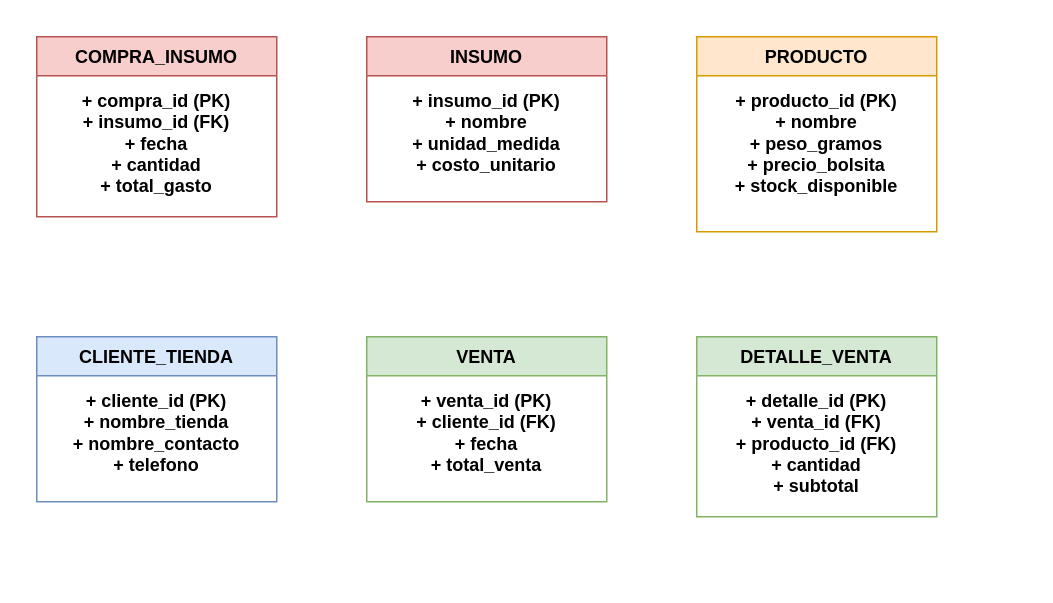
Earlier version of the draw.io diagram unit_1/df.drawio.xml (naotenz/BD1). Source tidied: cells renumbered, new cells numbered last; positions are measured from the earlier drawing's top-left corner, leaving out a move shared by most shapes. Both pictures are drawn from the tidied source at 150%, with x=0, y=0 at pixel (36, 36).
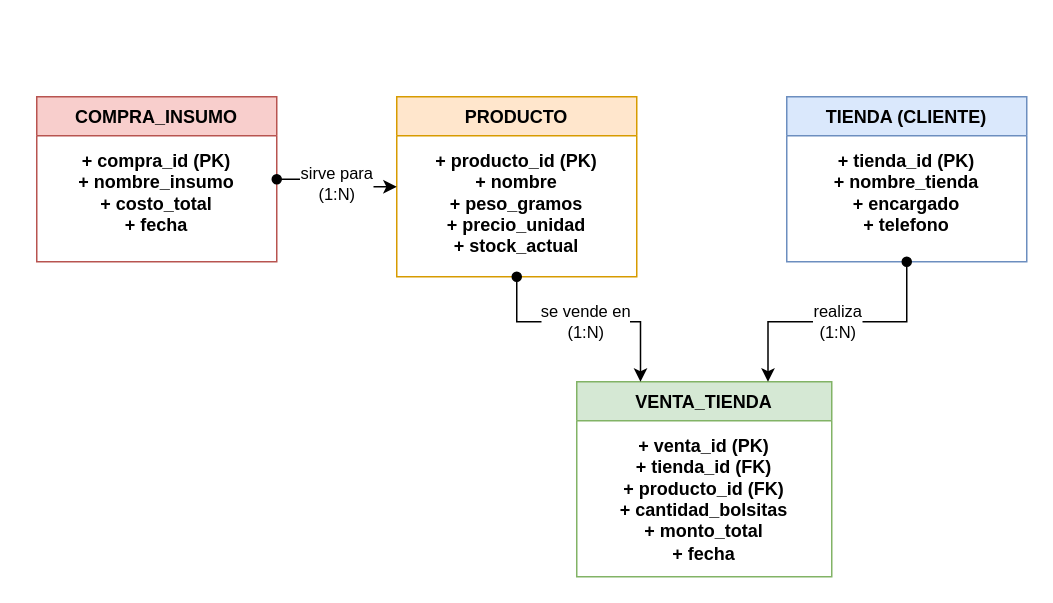
The same page after the edit.

What changed in the source:
```diff
@@
 <mxGraphModel>
   <root>
     <mxCell id="0" />
     <mxCell id="1" parent="0" />
-    <mxCell id="2" value="CLIENTE_TIENDA&#10;&#10;+ cliente_id (PK)&#10;+ nombre_tienda&#10;+ nombre_contacto&#10;+ telefono" style="shape=swimlane;fontStyle=1;align=center;verticalAlign=top;horizontal=1;startSize=26;subPerRow=1;whiteSpace=wrap;html=1;fillColor=#dae8fc;strokeColor=#6c8ebf;" parent="1" vertex="1">
-      <mxGeometry y="200" width="160" height="110" as="geometry" />
-    </mxCell>
+    <mxCell id="7" value="COMPRA_INSUMO&#10;&#10;+ compra_id (PK)&#10;+ nombre_insumo&#10;+ costo_total&#10;+ fecha" style="shape=swimlane;fontStyle=1;align=center;verticalAlign=top;horizontal=1;startSize=26;subPerRow=1;whiteSpace=wrap;html=1;fillColor=#f8cecc;strokeColor=#b85450;" parent="1" vertex="1">
+      <mxGeometry y="40" width="160" height="110" as="geometry" />
+    </mxCell>
+    <mxCell id="5" value="PRODUCTO&#10;&#10;+ producto_id (PK)&#10;+ nombre&#10;+ peso_gramos&#10;+ precio_unidad&#10;+ stock_actual" style="shape=swimlane;fontStyle=1;align=center;verticalAlign=top;horizontal=1;startSize=26;subPerRow=1;whiteSpace=wrap;html=1;fillColor=#ffe6cc;strokeColor=#d79b00;" parent="1" vertex="1">
+      <mxGeometry x="240" y="40" width="160" height="120" as="geometry" />
+    </mxCell>
+    <mxCell id="12" value="TIENDA (CLIENTE)&#10;&#10;+ tienda_id (PK)&#10;+ nombre_tienda&#10;+ encargado&#10;+ telefono" style="shape=swimlane;fontStyle=1;align=center;verticalAlign=top;horizontal=1;startSize=26;subPerRow=1;whiteSpace=wrap;html=1;fillColor=#dae8fc;strokeColor=#6c8ebf;" parent="1" vertex="1">
+      <mxGeometry x="500" y="40" width="160" height="110" as="geometry" />
+    </mxCell>
-    <mxCell id="3" value="VENTA&#10;&#10;+ venta_id (PK)&#10;+ cliente_id (FK)&#10;+ fecha&#10;+ total_venta" style="shape=swimlane;fontStyle=1;align=center;verticalAlign=top;horizontal=1;startSize=26;subPerRow=1;whiteSpace=wrap;html=1;fillColor=#d5e8d4;strokeColor=#82b366;" parent="1" vertex="1">
-      <mxGeometry x="220" y="200" width="160" height="110" as="geometry" />
+    <mxCell id="3" value="VENTA_TIENDA&#10;&#10;+ venta_id (PK)&#10;+ tienda_id (FK)&#10;+ producto_id (FK)&#10;+ cantidad_bolsitas&#10;+ monto_total&#10;+ fecha" style="shape=swimlane;fontStyle=1;align=center;verticalAlign=top;horizontal=1;startSize=26;subPerRow=1;whiteSpace=wrap;html=1;fillColor=#d5e8d4;strokeColor=#82b366;" parent="1" vertex="1">
+      <mxGeometry x="360" y="230" width="170" height="130" as="geometry" />
     </mxCell>
-    <mxCell id="4" value="DETALLE_VENTA&#10;&#10;+ detalle_id (PK)&#10;+ venta_id (FK)&#10;+ producto_id (FK)&#10;+ cantidad&#10;+ subtotal" style="shape=swimlane;fontStyle=1;align=center;verticalAlign=top;horizontal=1;startSize=26;subPerRow=1;whiteSpace=wrap;html=1;fillColor=#d5e8d4;strokeColor=#82b366;" parent="1" vertex="1">
-      <mxGeometry x="440" y="200" width="160" height="120" as="geometry" />
-    </mxCell>
-    <mxCell id="5" value="PRODUCTO&#10;&#10;+ producto_id (PK)&#10;+ nombre&#10;+ peso_gramos&#10;+ precio_bolsita&#10;+ stock_disponible" style="shape=swimlane;fontStyle=1;align=center;verticalAlign=top;horizontal=1;startSize=26;subPerRow=1;whiteSpace=wrap;html=1;fillColor=#ffe6cc;strokeColor=#d79b00;" parent="1" vertex="1">
-      <mxGeometry x="440" width="160" height="130" as="geometry" />
-    </mxCell>
-    <mxCell id="6" value="INSUMO&#10;&#10;+ insumo_id (PK)&#10;+ nombre&#10;+ unidad_medida&#10;+ costo_unitario" style="shape=swimlane;fontStyle=1;align=center;verticalAlign=top;horizontal=1;startSize=26;subPerRow=1;whiteSpace=wrap;html=1;fillColor=#f8cecc;strokeColor=#b85450;" parent="1" vertex="1">
-      <mxGeometry x="220" width="160" height="110" as="geometry" />
-    </mxCell>
-    <mxCell id="7" value="COMPRA_INSUMO&#10;&#10;+ compra_id (PK)&#10;+ insumo_id (FK)&#10;+ fecha&#10;+ cantidad&#10;+ total_gasto" style="shape=swimlane;fontStyle=1;align=center;verticalAlign=top;horizontal=1;startSize=26;subPerRow=1;whiteSpace=wrap;html=1;fillColor=#f8cecc;strokeColor=#b85450;" parent="1" vertex="1">
-      <mxGeometry width="160" height="120" as="geometry" />
-    </mxCell>
-    <mxCell id="8" parent="1" edge="1" source="2" target="3" />
-    <mxCell id="9" parent="1" edge="1" source="3" target="4" />
-    <mxCell id="10" parent="1" edge="1" source="5" target="4" />
-    <mxCell id="11" parent="1" edge="1" source="6" target="7" />
+    <mxCell id="13" value="sirve para&#10;(1:N)" style="edgeStyle=orthogonalEdgeStyle;rounded=0;jettySize=auto;html=1;endArrow=classic;startArrow=oval;startFill=1;" parent="1" edge="1" source="7" target="5">
+      <mxGeometry relative="1" as="geometry" />
+    </mxCell>
+    <mxCell id="14" value="se vende en&#10;(1:N)" style="edgeStyle=orthogonalEdgeStyle;rounded=0;jettySize=auto;html=1;entryX=0.25;entryY=0;entryDx=0;entryDy=0;endArrow=classic;startArrow=oval;startFill=1;" parent="1" edge="1" source="5" target="3">
+      <mxGeometry relative="1" as="geometry">
+        <Array as="points">
+          <mxPoint x="320" y="190" />
+          <mxPoint x="403" y="190" />
+        </Array>
+      </mxGeometry>
+    </mxCell>
+    <mxCell id="15" value="realiza&#10;(1:N)" style="edgeStyle=orthogonalEdgeStyle;rounded=0;jettySize=auto;html=1;entryX=0.75;entryY=0;entryDx=0;entryDy=0;endArrow=classic;startArrow=oval;startFill=1;" parent="1" edge="1" source="12" target="3">
+      <mxGeometry relative="1" as="geometry">
+        <Array as="points">
+          <mxPoint x="580" y="190" />
+          <mxPoint x="488" y="190" />
+        </Array>
+      </mxGeometry>
+    </mxCell>
   </root>
 </mxGraphModel>
```
